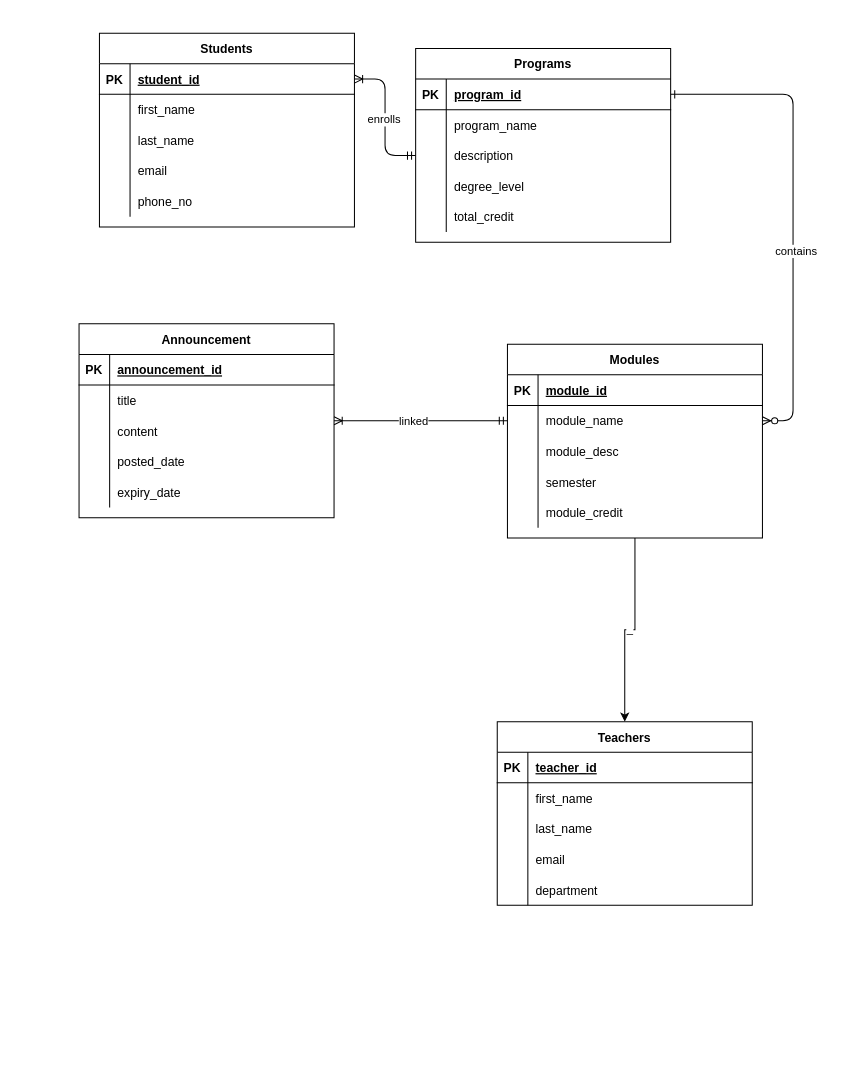
pawal-karki/DRAW.IO keeps this draw.io diagram as Database.drawio. Above is the earlier version. Source tidied: cells renumbered, new cells numbered last; positions are measured from the earlier drawing's top-left corner, leaving out a move shared by most shapes. Both pictures are drawn from the tidied source at 102%, with x=0, y=0 at pixel (79, 33).
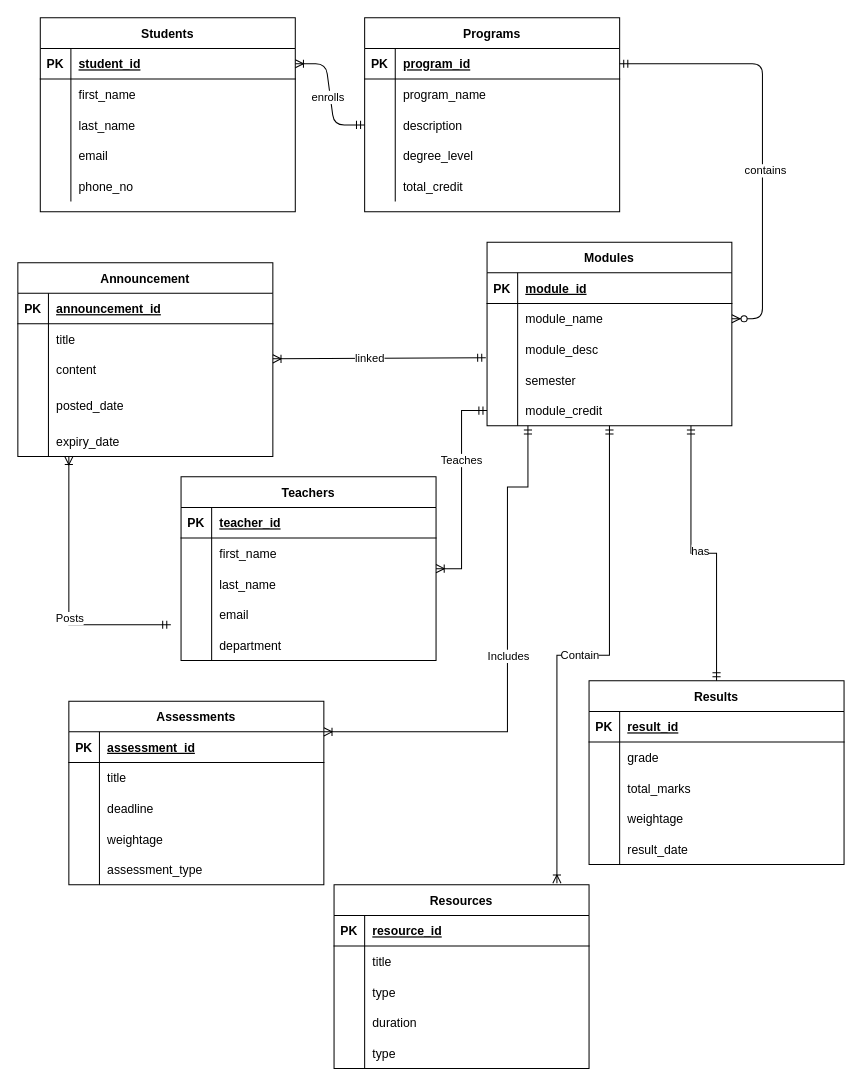
After the change.

The change refers to these unchanged cells:
```xml
<mxCell id="7" style="shape=partialRectangle;fillColor=none;points=[[0,0.5],[1,0.5]];portConstraint=eastwest;top=0;left=0;right=0;bottom=1;" parent="6" vertex="1">
  <mxGeometry y="30" width="250" height="30" as="geometry" />
</mxCell>
```

The edit, as a diff of the source:
```diff
@@
-    <mxCell id="4" style="edgeStyle=entityRelationEdgeStyle;endArrow=ERzeroToMany;startArrow=ERone;endFill=1;startFill=0;" parent="1" edge="1" source="7" target="27">
+    <mxCell id="4" style="edgeStyle=entityRelationEdgeStyle;endArrow=ERzeroToMany;startArrow=ERmandOne;endFill=1;startFill=0;" parent="1" edge="1" source="7" target="27">
       <mxGeometry relative="1" as="geometry" />
     </mxCell>
@@
     <mxCell id="6" value="Programs" style="shape=table;startSize=30;childLayout=tableLayout;rowLines=0;fontStyle=1;align=center;" parent="1" vertex="1">
-      <mxGeometry x="330" y="15" width="250" height="190" as="geometry" />
+      <mxGeometry x="280" y="-15" width="250" height="190" as="geometry" />
     </mxCell>
@@
-    <mxCell id="22" value="_" style="edgeStyle=orthogonalEdgeStyle;rounded=0;jettySize=auto;html=1;entryX=0.5;entryY=0;entryDx=0;entryDy=0;" parent="1" edge="1" source="23" target="73">
-      <mxGeometry relative="1" as="geometry" />
-    </mxCell>
     <mxCell id="23" value="Modules" style="shape=table;startSize=30;childLayout=tableLayout;rowLines=0;fontStyle=1;align=center;" parent="1" vertex="1">
-      <mxGeometry x="420" y="305" width="250" height="190" as="geometry" />
+      <mxGeometry x="400" y="205" width="240" height="180" as="geometry" />
     </mxCell>
     <mxCell id="24" style="shape=partialRectangle;fillColor=none;top=0;left=0;right=0;bottom=1;" parent="23" vertex="1">
-      <mxGeometry y="30" width="250" height="30" as="geometry" />
+      <mxGeometry y="30" width="240" height="30" as="geometry" />
     </mxCell>
@@
     <mxCell id="26" value="module_id" style="shape=partialRectangle;overflow=hidden;fillColor=none;top=0;left=0;bottom=0;right=0;align=left;spacingLeft=6;fontStyle=5;" parent="24" vertex="1">
-      <mxGeometry x="30" width="220" height="30" as="geometry" />
+      <mxGeometry x="30" width="210" height="30" as="geometry" />
     </mxCell>
     <mxCell id="27" style="shape=partialRectangle;fillColor=none;points=[[0,0.5],[1,0.5]];portConstraint=eastwest;top=0;left=0;right=0;bottom=0;" parent="23" vertex="1">
-      <mxGeometry y="60" width="250" height="30" as="geometry" />
+      <mxGeometry y="60" width="240" height="30" as="geometry" />
     </mxCell>
@@
     <mxCell id="29" value="module_name" style="shape=partialRectangle;overflow=hidden;fillColor=none;top=0;left=0;bottom=0;right=0;align=left;spacingLeft=6;" parent="27" vertex="1">
-      <mxGeometry x="30" width="220" height="30" as="geometry" />
+      <mxGeometry x="30" width="210" height="30" as="geometry" />
     </mxCell>
     <mxCell id="30" style="shape=partialRectangle;fillColor=none;points=[[0,0.5],[1,0.5]];portConstraint=eastwest;top=0;left=0;right=0;bottom=0;" parent="23" vertex="1">
-      <mxGeometry y="90" width="250" height="30" as="geometry" />
+      <mxGeometry y="90" width="240" height="30" as="geometry" />
     </mxCell>
@@
     <mxCell id="32" value="module_desc" style="shape=partialRectangle;overflow=hidden;fillColor=none;top=0;left=0;bottom=0;right=0;align=left;spacingLeft=6;" parent="30" vertex="1">
-      <mxGeometry x="30" width="220" height="30" as="geometry" />
+      <mxGeometry x="30" width="210" height="30" as="geometry" />
     </mxCell>
     <mxCell id="33" style="shape=partialRectangle;fillColor=none;top=0;left=0;right=0;bottom=0;" parent="23" vertex="1">
-      <mxGeometry y="120" width="250" height="30" as="geometry" />
+      <mxGeometry y="120" width="240" height="30" as="geometry" />
     </mxCell>
@@
     <mxCell id="35" value="semester" style="shape=partialRectangle;overflow=hidden;fillColor=none;top=0;left=0;bottom=0;right=0;align=left;spacingLeft=6;" parent="33" vertex="1">
-      <mxGeometry x="30" width="220" height="30" as="geometry" />
+      <mxGeometry x="30" width="210" height="30" as="geometry" />
     </mxCell>
     <mxCell id="36" style="shape=partialRectangle;fillColor=none;points=[[0,0.5],[1,0.5]];portConstraint=eastwest;top=0;left=0;right=0;bottom=0;" parent="23" vertex="1">
-      <mxGeometry y="150" width="250" height="30" as="geometry" />
+      <mxGeometry y="150" width="240" height="30" as="geometry" />
     </mxCell>
@@
     <mxCell id="38" value="module_credit" style="shape=partialRectangle;overflow=hidden;fillColor=none;top=0;left=0;bottom=0;right=0;align=left;spacingLeft=6;" parent="36" vertex="1">
-      <mxGeometry x="30" width="220" height="30" as="geometry" />
+      <mxGeometry x="30" width="210" height="30" as="geometry" />
     </mxCell>
     <mxCell id="39" value="Students" style="shape=table;startSize=30;childLayout=tableLayout;rowLines=0;fontStyle=1;align=center;" parent="1" vertex="1">
-      <mxGeometry x="20" width="250" height="190" as="geometry" />
+      <mxGeometry x="-38" y="-15" width="250" height="190" as="geometry" />
     </mxCell>
@@
-    <mxCell id="55" style="rounded=0;jettySize=auto;html=1;entryX=0;entryY=0.5;entryDx=0;entryDy=0;startArrow=ERoneToMany;startFill=0;endArrow=ERmandOne;endFill=0;" parent="1" edge="1" source="57" target="27">
+    <mxCell id="55" style="rounded=0;jettySize=auto;html=1;startArrow=ERoneToMany;startFill=0;endArrow=ERmandOne;endFill=0;entryX=-0.005;entryY=0.773;entryDx=0;entryDy=0;entryPerimeter=0;" parent="1" edge="1" source="57" target="30">
       <mxGeometry relative="1" as="geometry" />
     </mxCell>
@@
     <mxCell id="57" value="Announcement" style="shape=table;startSize=30;childLayout=tableLayout;rowLines=0;fontStyle=1;align=center;" parent="1" vertex="1">
-      <mxGeometry y="285" width="250" height="190" as="geometry" />
+      <mxGeometry x="-60" y="225" width="250" height="190" as="geometry" />
     </mxCell>
@@
     <mxCell id="67" style="shape=partialRectangle;fillColor=none;top=0;left=0;right=0;bottom=0;" parent="57" vertex="1">
-      <mxGeometry y="120" width="250" height="30" as="geometry" />
+      <mxGeometry y="120" width="250" height="40" as="geometry" />
     </mxCell>
     <mxCell id="68" style="shape=partialRectangle;overflow=hidden;fillColor=none;top=0;left=0;bottom=0;right=0;" parent="67" vertex="1">
-      <mxGeometry width="30" height="30" as="geometry" />
+      <mxGeometry width="30" height="40" as="geometry" />
     </mxCell>
     <mxCell id="69" value="posted_date" style="shape=partialRectangle;overflow=hidden;fillColor=none;top=0;left=0;bottom=0;right=0;align=left;spacingLeft=6;" parent="67" vertex="1">
-      <mxGeometry x="30" width="220" height="30" as="geometry" />
+      <mxGeometry x="30" width="220" height="40" as="geometry" />
     </mxCell>
     <mxCell id="70" style="shape=partialRectangle;fillColor=none;top=0;left=0;right=0;bottom=0;" parent="57" vertex="1">
-      <mxGeometry y="150" width="250" height="30" as="geometry" />
+      <mxGeometry y="160" width="250" height="30" as="geometry" />
     </mxCell>
@@
+    <mxCell id="89" style="edgeStyle=orthogonalEdgeStyle;rounded=0;orthogonalLoop=1;jettySize=auto;html=1;startArrow=ERmandOne;startFill=0;endArrow=ERoneToMany;endFill=0;" parent="1" edge="1">
+      <mxGeometry relative="1" as="geometry">
+        <mxPoint x="90" y="580" as="sourcePoint" />
+        <mxPoint x="-10" y="415" as="targetPoint" />
+        <Array as="points">
+          <mxPoint x="-10" y="580" />
+        </Array>
+      </mxGeometry>
+    </mxCell>
+    <mxCell id="90" value="Posts" style="edgeLabel;html=1;align=center;verticalAlign=middle;" parent="89" vertex="1">
+      <mxGeometry x="-0.19" relative="1" as="geometry" />
+    </mxCell>
+    <mxCell id="91" style="edgeStyle=orthogonalEdgeStyle;rounded=0;jettySize=auto;html=1;entryX=1;entryY=0.5;entryDx=0;entryDy=0;startArrow=ERmandOne;startFill=0;endArrow=ERoneToMany;endFill=0;exitX=0;exitY=0.5;exitDx=0;exitDy=0;" parent="1" edge="1" source="36" target="73">
+      <mxGeometry relative="1" as="geometry" />
+    </mxCell>
+    <mxCell id="92" value="Teaches" style="edgeLabel;html=1;align=center;verticalAlign=middle;" parent="91" vertex="1">
+      <mxGeometry x="-0.29" y="-1" relative="1" as="geometry" />
+    </mxCell>
     <mxCell id="73" value="Teachers" style="shape=table;startSize=30;childLayout=tableLayout;rowLines=0;fontStyle=1;align=center;" parent="1" vertex="1">
-      <mxGeometry x="410" y="675" width="250" height="180" as="geometry" />
+      <mxGeometry x="100" y="435" width="250" height="180" as="geometry" />
     </mxCell>
@@
+    <mxCell id="93" style="edgeStyle=orthogonalEdgeStyle;rounded=0;jettySize=auto;html=1;endArrow=ERmandOne;endFill=0;entryX=0.167;entryY=1;entryDx=0;entryDy=0;entryPerimeter=0;startArrow=ERoneToMany;startFill=0;" parent="1" edge="1" source="95" target="36">
+      <mxGeometry relative="1" as="geometry">
+        <Array as="points">
+          <mxPoint x="420" y="685" />
+          <mxPoint x="420" y="445" />
+          <mxPoint x="440" y="445" />
+        </Array>
+      </mxGeometry>
+    </mxCell>
+    <mxCell id="94" value="Includes" style="edgeLabel;html=1;align=center;verticalAlign=middle;" parent="93" vertex="1">
+      <mxGeometry x="0.02" relative="1" as="geometry" />
+    </mxCell>
+    <mxCell id="95" value="Assessments" style="shape=table;startSize=30;childLayout=tableLayout;rowLines=0;fontStyle=1;align=center;" parent="1" vertex="1">
+      <mxGeometry x="-10" y="655" width="250" height="180" as="geometry" />
+    </mxCell>
+    <mxCell id="96" style="shape=partialRectangle;fillColor=none;top=0;left=0;right=0;bottom=1;" parent="95" vertex="1">
+      <mxGeometry y="30" width="250" height="30" as="geometry" />
+    </mxCell>
+    <mxCell id="97" value="PK" style="shape=partialRectangle;overflow=hidden;fillColor=none;top=0;left=0;bottom=0;right=0;fontStyle=1;" parent="96" vertex="1">
+      <mxGeometry width="30" height="30" as="geometry" />
+    </mxCell>
+    <mxCell id="98" value="assessment_id" style="shape=partialRectangle;overflow=hidden;fillColor=none;top=0;left=0;bottom=0;right=0;align=left;spacingLeft=6;fontStyle=5;" parent="96" vertex="1">
+      <mxGeometry x="30" width="220" height="30" as="geometry" />
+    </mxCell>
+    <mxCell id="99" style="shape=partialRectangle;fillColor=none;top=0;left=0;right=0;bottom=0;" parent="95" vertex="1">
+      <mxGeometry y="60" width="250" height="30" as="geometry" />
+    </mxCell>
+    <mxCell id="100" style="shape=partialRectangle;overflow=hidden;fillColor=none;top=0;left=0;bottom=0;right=0;" parent="99" vertex="1">
+      <mxGeometry width="30" height="30" as="geometry" />
+    </mxCell>
+    <mxCell id="101" value="title" style="shape=partialRectangle;overflow=hidden;fillColor=none;top=0;left=0;bottom=0;right=0;align=left;spacingLeft=6;" parent="99" vertex="1">
+      <mxGeometry x="30" width="220" height="30" as="geometry" />
+    </mxCell>
+    <mxCell id="102" style="shape=partialRectangle;fillColor=none;top=0;left=0;right=0;bottom=0;" parent="95" vertex="1">
+      <mxGeometry y="90" width="250" height="30" as="geometry" />
+    </mxCell>
+    <mxCell id="103" style="shape=partialRectangle;overflow=hidden;fillColor=none;top=0;left=0;bottom=0;right=0;" parent="102" vertex="1">
+      <mxGeometry width="30" height="30" as="geometry" />
+    </mxCell>
+    <mxCell id="104" value="deadline" style="shape=partialRectangle;overflow=hidden;fillColor=none;top=0;left=0;bottom=0;right=0;align=left;spacingLeft=6;" parent="102" vertex="1">
+      <mxGeometry x="30" width="220" height="30" as="geometry" />
+    </mxCell>
+    <mxCell id="105" style="shape=partialRectangle;fillColor=none;top=0;left=0;right=0;bottom=0;" parent="95" vertex="1">
+      <mxGeometry y="120" width="250" height="30" as="geometry" />
+    </mxCell>
+    <mxCell id="106" style="shape=partialRectangle;overflow=hidden;fillColor=none;top=0;left=0;bottom=0;right=0;" parent="105" vertex="1">
+      <mxGeometry width="30" height="30" as="geometry" />
+    </mxCell>
+    <mxCell id="107" value="weightage" style="shape=partialRectangle;overflow=hidden;fillColor=none;top=0;left=0;bottom=0;right=0;align=left;spacingLeft=6;" parent="105" vertex="1">
+      <mxGeometry x="30" width="220" height="30" as="geometry" />
+    </mxCell>
+    <mxCell id="108" style="shape=partialRectangle;fillColor=none;top=0;left=0;right=0;bottom=0;" parent="95" vertex="1">
+      <mxGeometry y="150" width="250" height="30" as="geometry" />
+    </mxCell>
+    <mxCell id="109" style="shape=partialRectangle;overflow=hidden;fillColor=none;top=0;left=0;bottom=0;right=0;" parent="108" vertex="1">
+      <mxGeometry width="30" height="30" as="geometry" />
+    </mxCell>
+    <mxCell id="110" value="assessment_type" style="shape=partialRectangle;overflow=hidden;fillColor=none;top=0;left=0;bottom=0;right=0;align=left;spacingLeft=6;" parent="108" vertex="1">
+      <mxGeometry x="30" width="220" height="30" as="geometry" />
+    </mxCell>
+    <mxCell id="111" value="Resources" style="shape=table;startSize=30;childLayout=tableLayout;rowLines=0;fontStyle=1;align=center;" parent="1" vertex="1">
+      <mxGeometry x="250" y="835" width="250" height="180" as="geometry" />
+    </mxCell>
+    <mxCell id="112" style="shape=partialRectangle;fillColor=none;top=0;left=0;right=0;bottom=1;" parent="111" vertex="1">
+      <mxGeometry y="30" width="250" height="30" as="geometry" />
+    </mxCell>
+    <mxCell id="113" value="PK" style="shape=partialRectangle;overflow=hidden;fillColor=none;top=0;left=0;bottom=0;right=0;fontStyle=1;" parent="112" vertex="1">
+      <mxGeometry width="30" height="30" as="geometry" />
+    </mxCell>
+    <mxCell id="114" value="resource_id" style="shape=partialRectangle;overflow=hidden;fillColor=none;top=0;left=0;bottom=0;right=0;align=left;spacingLeft=6;fontStyle=5;" parent="112" vertex="1">
+      <mxGeometry x="30" width="220" height="30" as="geometry" />
+    </mxCell>
+    <mxCell id="115" style="shape=partialRectangle;fillColor=none;top=0;left=0;right=0;bottom=0;" parent="111" vertex="1">
+      <mxGeometry y="60" width="250" height="30" as="geometry" />
+    </mxCell>
+    <mxCell id="116" style="shape=partialRectangle;overflow=hidden;fillColor=none;top=0;left=0;bottom=0;right=0;" parent="115" vertex="1">
+      <mxGeometry width="30" height="30" as="geometry" />
+    </mxCell>
+    <mxCell id="117" value="title" style="shape=partialRectangle;overflow=hidden;fillColor=none;top=0;left=0;bottom=0;right=0;align=left;spacingLeft=6;" parent="115" vertex="1">
+      <mxGeometry x="30" width="220" height="30" as="geometry" />
+    </mxCell>
+    <mxCell id="118" style="shape=partialRectangle;fillColor=none;top=0;left=0;right=0;bottom=0;" parent="111" vertex="1">
+      <mxGeometry y="90" width="250" height="30" as="geometry" />
+    </mxCell>
+    <mxCell id="119" style="shape=partialRectangle;overflow=hidden;fillColor=none;top=0;left=0;bottom=0;right=0;" parent="118" vertex="1">
+      <mxGeometry width="30" height="30" as="geometry" />
+    </mxCell>
+    <mxCell id="120" value="type" style="shape=partialRectangle;overflow=hidden;fillColor=none;top=0;left=0;bottom=0;right=0;align=left;spacingLeft=6;" parent="118" vertex="1">
+      <mxGeometry x="30" width="220" height="30" as="geometry" />
+    </mxCell>
+    <mxCell id="121" style="shape=partialRectangle;fillColor=none;top=0;left=0;right=0;bottom=0;" parent="111" vertex="1">
+      <mxGeometry y="120" width="250" height="30" as="geometry" />
+    </mxCell>
+    <mxCell id="122" style="shape=partialRectangle;overflow=hidden;fillColor=none;top=0;left=0;bottom=0;right=0;" parent="121" vertex="1">
+      <mxGeometry width="30" height="30" as="geometry" />
+    </mxCell>
+    <mxCell id="123" value="duration" style="shape=partialRectangle;overflow=hidden;fillColor=none;top=0;left=0;bottom=0;right=0;align=left;spacingLeft=6;" parent="121" vertex="1">
+      <mxGeometry x="30" width="220" height="30" as="geometry" />
+    </mxCell>
+    <mxCell id="124" style="shape=partialRectangle;fillColor=none;top=0;left=0;right=0;bottom=0;" parent="111" vertex="1">
+      <mxGeometry y="150" width="250" height="30" as="geometry" />
+    </mxCell>
+    <mxCell id="125" style="shape=partialRectangle;overflow=hidden;fillColor=none;top=0;left=0;bottom=0;right=0;" parent="124" vertex="1">
+      <mxGeometry width="30" height="30" as="geometry" />
+    </mxCell>
+    <mxCell id="126" value="type" style="shape=partialRectangle;overflow=hidden;fillColor=none;top=0;left=0;bottom=0;right=0;align=left;spacingLeft=6;" parent="124" vertex="1">
+      <mxGeometry x="30" width="220" height="30" as="geometry" />
+    </mxCell>
+    <mxCell id="127" style="edgeStyle=orthogonalEdgeStyle;rounded=0;jettySize=auto;html=1;entryX=0.874;entryY=-0.009;entryDx=0;entryDy=0;entryPerimeter=0;endArrow=ERoneToMany;endFill=0;startArrow=ERmandOne;startFill=0;" parent="1" edge="1" source="23" target="111">
+      <mxGeometry relative="1" as="geometry" />
+    </mxCell>
+    <mxCell id="128" value="Contain" style="edgeLabel;html=1;align=center;verticalAlign=middle;" parent="127" vertex="1">
+      <mxGeometry x="0.02" y="-1" relative="1" as="geometry" />
+    </mxCell>
+    <mxCell id="129" value="Results" style="shape=table;startSize=30;childLayout=tableLayout;rowLines=0;fontStyle=1;align=center;" parent="1" vertex="1">
+      <mxGeometry x="500" y="635" width="250" height="180" as="geometry" />
+    </mxCell>
+    <mxCell id="130" style="shape=partialRectangle;fillColor=none;top=0;left=0;right=0;bottom=1;" parent="129" vertex="1">
+      <mxGeometry y="30" width="250" height="30" as="geometry" />
+    </mxCell>
+    <mxCell id="131" value="PK" style="shape=partialRectangle;overflow=hidden;fillColor=none;top=0;left=0;bottom=0;right=0;fontStyle=1;" parent="130" vertex="1">
+      <mxGeometry width="30" height="30" as="geometry" />
+    </mxCell>
+    <mxCell id="132" value="result_id" style="shape=partialRectangle;overflow=hidden;fillColor=none;top=0;left=0;bottom=0;right=0;align=left;spacingLeft=6;fontStyle=5;" parent="130" vertex="1">
+      <mxGeometry x="30" width="220" height="30" as="geometry" />
+    </mxCell>
+    <mxCell id="133" style="shape=partialRectangle;fillColor=none;top=0;left=0;right=0;bottom=0;" parent="129" vertex="1">
+      <mxGeometry y="60" width="250" height="30" as="geometry" />
+    </mxCell>
+    <mxCell id="134" style="shape=partialRectangle;overflow=hidden;fillColor=none;top=0;left=0;bottom=0;right=0;" parent="133" vertex="1">
+      <mxGeometry width="30" height="30" as="geometry" />
+    </mxCell>
+    <mxCell id="135" value="grade" style="shape=partialRectangle;overflow=hidden;fillColor=none;top=0;left=0;bottom=0;right=0;align=left;spacingLeft=6;" parent="133" vertex="1">
+      <mxGeometry x="30" width="220" height="30" as="geometry" />
+    </mxCell>
+    <mxCell id="136" style="shape=partialRectangle;fillColor=none;top=0;left=0;right=0;bottom=0;" parent="129" vertex="1">
+      <mxGeometry y="90" width="250" height="30" as="geometry" />
+    </mxCell>
+    <mxCell id="137" style="shape=partialRectangle;overflow=hidden;fillColor=none;top=0;left=0;bottom=0;right=0;" parent="136" vertex="1">
+      <mxGeometry width="30" height="30" as="geometry" />
+    </mxCell>
+    <mxCell id="138" value="total_marks" style="shape=partialRectangle;overflow=hidden;fillColor=none;top=0;left=0;bottom=0;right=0;align=left;spacingLeft=6;" parent="136" vertex="1">
+      <mxGeometry x="30" width="220" height="30" as="geometry" />
+    </mxCell>
+    <mxCell id="139" style="shape=partialRectangle;fillColor=none;top=0;left=0;right=0;bottom=0;" parent="129" vertex="1">
+      <mxGeometry y="120" width="250" height="30" as="geometry" />
+    </mxCell>
+    <mxCell id="140" style="shape=partialRectangle;overflow=hidden;fillColor=none;top=0;left=0;bottom=0;right=0;" parent="139" vertex="1">
+      <mxGeometry width="30" height="30" as="geometry" />
+    </mxCell>
+    <mxCell id="141" value="weightage" style="shape=partialRectangle;overflow=hidden;fillColor=none;top=0;left=0;bottom=0;right=0;align=left;spacingLeft=6;" parent="139" vertex="1">
+      <mxGeometry x="30" width="220" height="30" as="geometry" />
+    </mxCell>
+    <mxCell id="142" style="shape=partialRectangle;fillColor=none;top=0;left=0;right=0;bottom=0;" parent="129" vertex="1">
+      <mxGeometry y="150" width="250" height="30" as="geometry" />
+    </mxCell>
+    <mxCell id="143" style="shape=partialRectangle;overflow=hidden;fillColor=none;top=0;left=0;bottom=0;right=0;" parent="142" vertex="1">
+      <mxGeometry width="30" height="30" as="geometry" />
+    </mxCell>
+    <mxCell id="144" value="result_date" style="shape=partialRectangle;overflow=hidden;fillColor=none;top=0;left=0;bottom=0;right=0;align=left;spacingLeft=6;" parent="142" vertex="1">
+      <mxGeometry x="30" width="220" height="30" as="geometry" />
+    </mxCell>
+    <mxCell id="145" style="edgeStyle=orthogonalEdgeStyle;rounded=0;jettySize=auto;html=1;entryX=0.833;entryY=1;entryDx=0;entryDy=0;entryPerimeter=0;startArrow=ERmandOne;startFill=0;endArrow=ERmandOne;endFill=0;" parent="1" edge="1" source="129" target="36">
+      <mxGeometry relative="1" as="geometry" />
+    </mxCell>
+    <mxCell id="146" value="has" style="edgeLabel;html=1;align=center;verticalAlign=middle;" parent="145" vertex="1">
+      <mxGeometry x="0.03" y="-3" relative="1" as="geometry" />
+    </mxCell>
```
